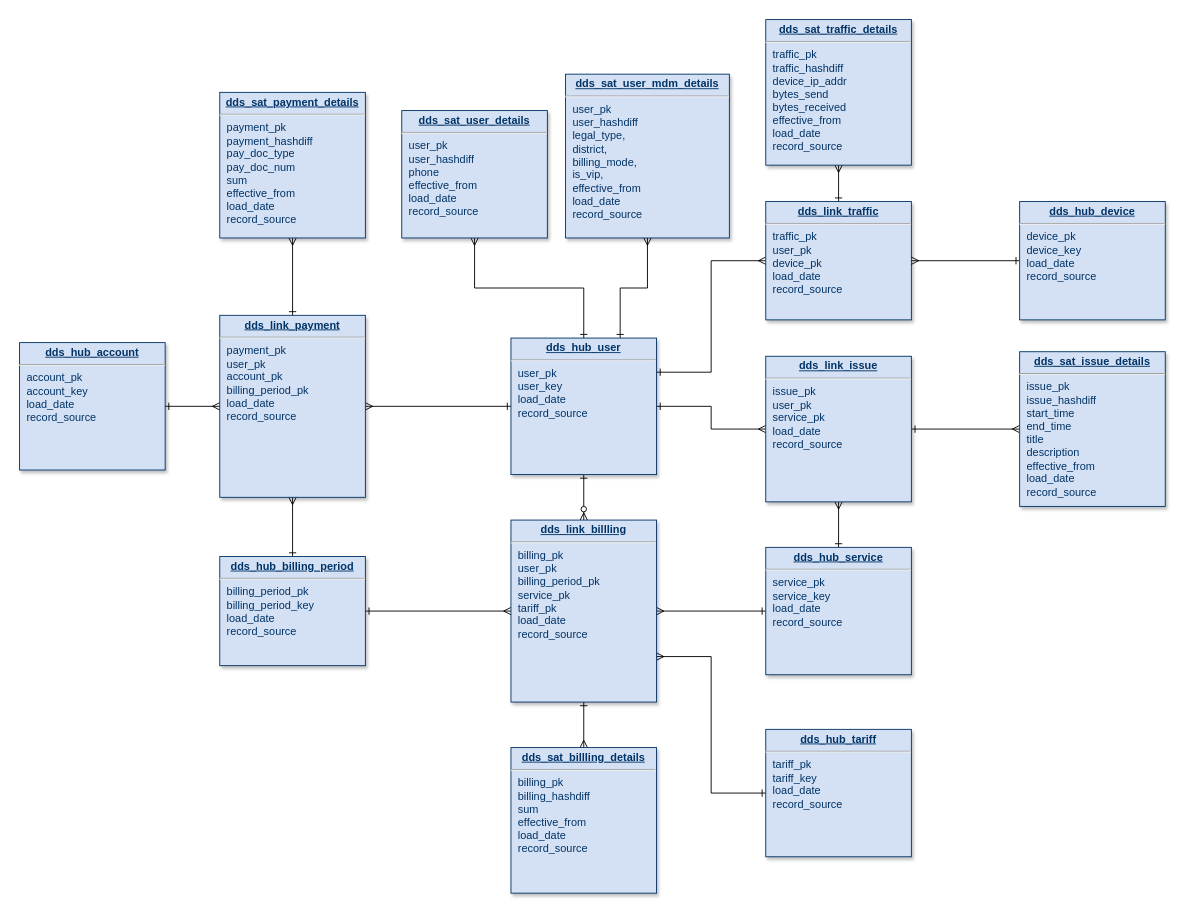
The draw.io diagram DDS-ER.drawio in alexandersamoylov/data-engineer-training, before the edit. Source tidied: cells renumbered, new cells numbered last; positions are measured from the earlier drawing's top-left corner, leaving out a move shared by most shapes. Both pictures are drawn from the tidied source at 91%, with x=0, y=0 at pixel (19, 19).
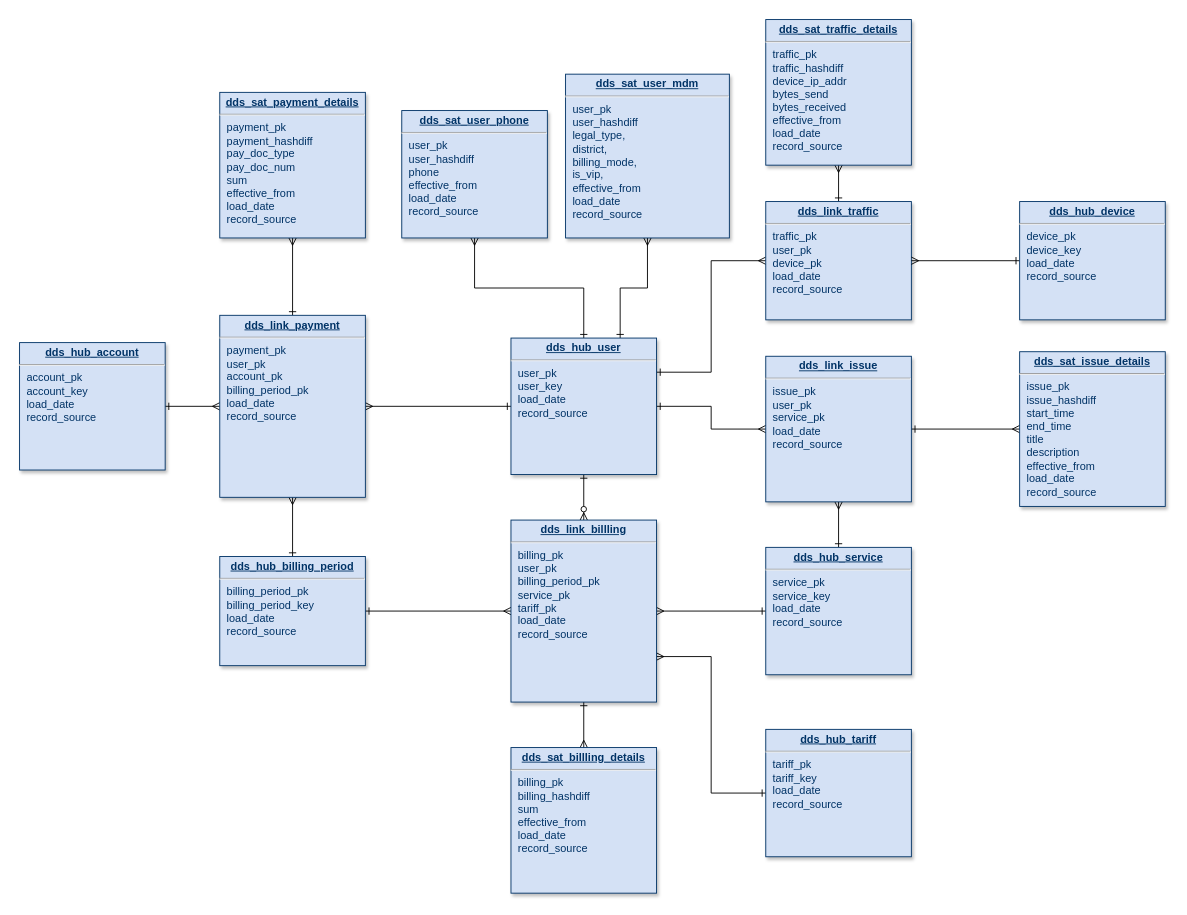
Above is the later version.

Change to the diagram source:
```diff
@@
-    <mxCell id="16" value="&lt;p style=&quot;margin: 0px ; margin-top: 4px ; text-align: center ; text-decoration: underline&quot;&gt;&lt;strong&gt;dds_sat_user_details&lt;br&gt;&lt;/strong&gt;&lt;/p&gt;&lt;hr&gt;&lt;p style=&quot;margin: 0px ; margin-left: 8px&quot;&gt;user_pk&lt;/p&gt;&lt;p style=&quot;margin: 0px ; margin-left: 8px&quot;&gt;user_hashdiff&lt;br&gt;&lt;/p&gt;&lt;p style=&quot;margin: 0px ; margin-left: 8px&quot;&gt;phone&lt;/p&gt;&lt;p style=&quot;margin: 0px ; margin-left: 8px&quot;&gt;effective_from&lt;br&gt;&lt;/p&gt;&lt;p style=&quot;margin: 0px ; margin-left: 8px&quot;&gt;load_date&lt;/p&gt;&lt;p style=&quot;margin: 0px ; margin-left: 8px&quot;&gt;record_source&lt;br&gt;&lt;/p&gt;" style="verticalAlign=top;align=left;overflow=fill;fontSize=12;fontFamily=Helvetica;html=1;strokeColor=#003366;shadow=1;fillColor=#D4E1F5;fontColor=#003366;" parent="1" vertex="1">
+    <mxCell id="16" value="&lt;p style=&quot;margin: 0px ; margin-top: 4px ; text-align: center ; text-decoration: underline&quot;&gt;&lt;strong&gt;dds_sat_user_phone&lt;br&gt;&lt;/strong&gt;&lt;/p&gt;&lt;hr&gt;&lt;p style=&quot;margin: 0px ; margin-left: 8px&quot;&gt;user_pk&lt;/p&gt;&lt;p style=&quot;margin: 0px ; margin-left: 8px&quot;&gt;user_hashdiff&lt;br&gt;&lt;/p&gt;&lt;p style=&quot;margin: 0px ; margin-left: 8px&quot;&gt;phone&lt;/p&gt;&lt;p style=&quot;margin: 0px ; margin-left: 8px&quot;&gt;effective_from&lt;br&gt;&lt;/p&gt;&lt;p style=&quot;margin: 0px ; margin-left: 8px&quot;&gt;load_date&lt;/p&gt;&lt;p style=&quot;margin: 0px ; margin-left: 8px&quot;&gt;record_source&lt;br&gt;&lt;/p&gt;" style="verticalAlign=top;align=left;overflow=fill;fontSize=12;fontFamily=Helvetica;html=1;strokeColor=#003366;shadow=1;fillColor=#D4E1F5;fontColor=#003366;" parent="1" vertex="1">
       <mxGeometry x="420" y="100" width="160" height="140" as="geometry" />
     </mxCell>
@@
-    <mxCell id="34" value="&lt;p style=&quot;margin: 0px ; margin-top: 4px ; text-align: center ; text-decoration: underline&quot;&gt;&lt;strong&gt;dds_sat_user_mdm_details&lt;br&gt;&lt;/strong&gt;&lt;/p&gt;&lt;hr&gt;&lt;p style=&quot;margin: 0px ; margin-left: 8px&quot;&gt;user_pk&lt;/p&gt;&lt;p style=&quot;margin: 0px ; margin-left: 8px&quot;&gt;user_hashdiff&lt;br&gt;&lt;/p&gt;&lt;p style=&quot;margin: 0px ; margin-left: 8px&quot;&gt;legal_type,&lt;br&gt;district,&lt;br&gt;billing_mode,&lt;br&gt;is_vip,&lt;br&gt;&lt;/p&gt;&lt;p style=&quot;margin: 0px ; margin-left: 8px&quot;&gt;effective_from&lt;br&gt;&lt;/p&gt;&lt;p style=&quot;margin: 0px ; margin-left: 8px&quot;&gt;load_date&lt;/p&gt;&lt;p style=&quot;margin: 0px ; margin-left: 8px&quot;&gt;record_source&lt;br&gt;&lt;/p&gt;" style="verticalAlign=top;align=left;overflow=fill;fontSize=12;fontFamily=Helvetica;html=1;strokeColor=#003366;shadow=1;fillColor=#D4E1F5;fontColor=#003366;" parent="1" vertex="1">
+    <mxCell id="34" value="&lt;p style=&quot;margin: 0px ; margin-top: 4px ; text-align: center ; text-decoration: underline&quot;&gt;&lt;strong&gt;dds_sat_user_mdm&lt;/strong&gt;&lt;/p&gt;&lt;hr&gt;&lt;p style=&quot;margin: 0px ; margin-left: 8px&quot;&gt;user_pk&lt;/p&gt;&lt;p style=&quot;margin: 0px ; margin-left: 8px&quot;&gt;user_hashdiff&lt;br&gt;&lt;/p&gt;&lt;p style=&quot;margin: 0px ; margin-left: 8px&quot;&gt;legal_type,&lt;br&gt;district,&lt;br&gt;billing_mode,&lt;br&gt;is_vip,&lt;br&gt;&lt;/p&gt;&lt;p style=&quot;margin: 0px ; margin-left: 8px&quot;&gt;effective_from&lt;br&gt;&lt;/p&gt;&lt;p style=&quot;margin: 0px ; margin-left: 8px&quot;&gt;load_date&lt;/p&gt;&lt;p style=&quot;margin: 0px ; margin-left: 8px&quot;&gt;record_source&lt;br&gt;&lt;/p&gt;" style="verticalAlign=top;align=left;overflow=fill;fontSize=12;fontFamily=Helvetica;html=1;strokeColor=#003366;shadow=1;fillColor=#D4E1F5;fontColor=#003366;" parent="1" vertex="1">
       <mxGeometry x="600" y="60" width="180" height="180" as="geometry" />
     </mxCell>
```
